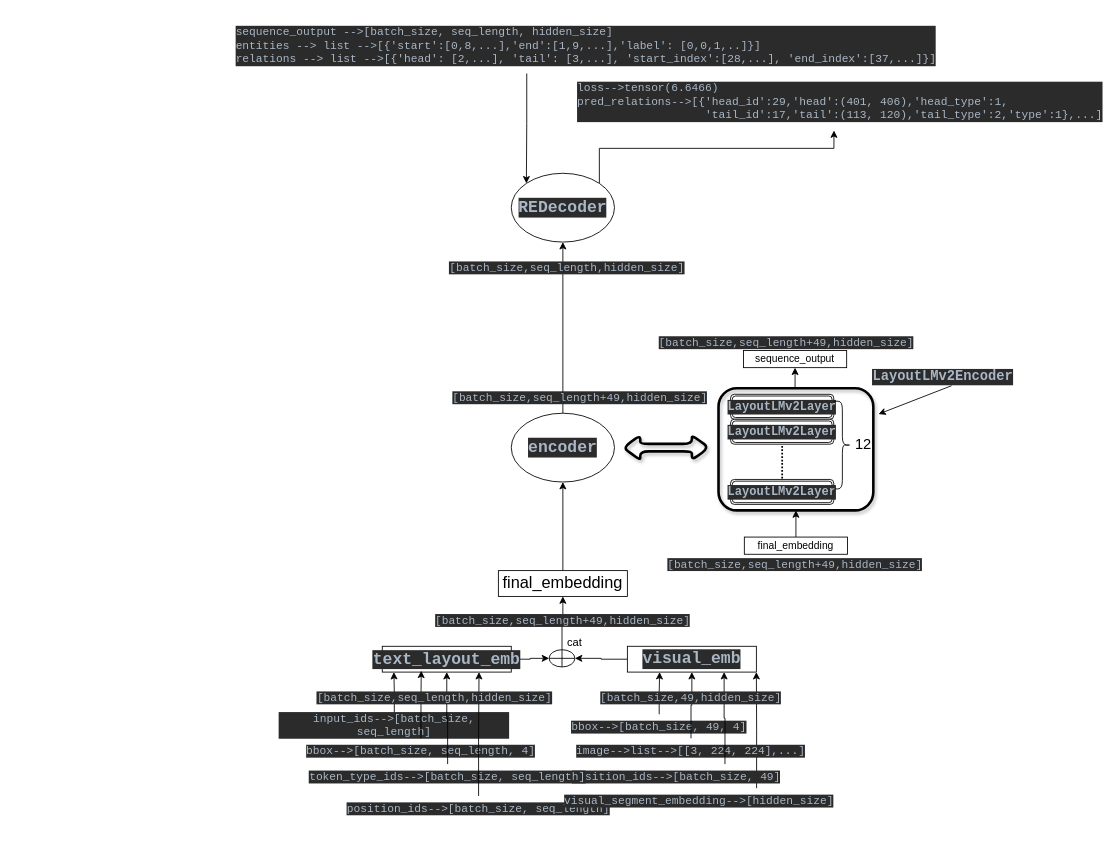
The draw.io diagram layoutxlm.drawio in ymzx/layoutxlm, before the edit. Source tidied: cells renumbered, new cells numbered last; positions are measured from the earlier drawing's top-left corner, leaving out a move shared by most shapes. Both pictures are drawn from the tidied source at 86%, with x=0, y=0 at pixel (234, 18).
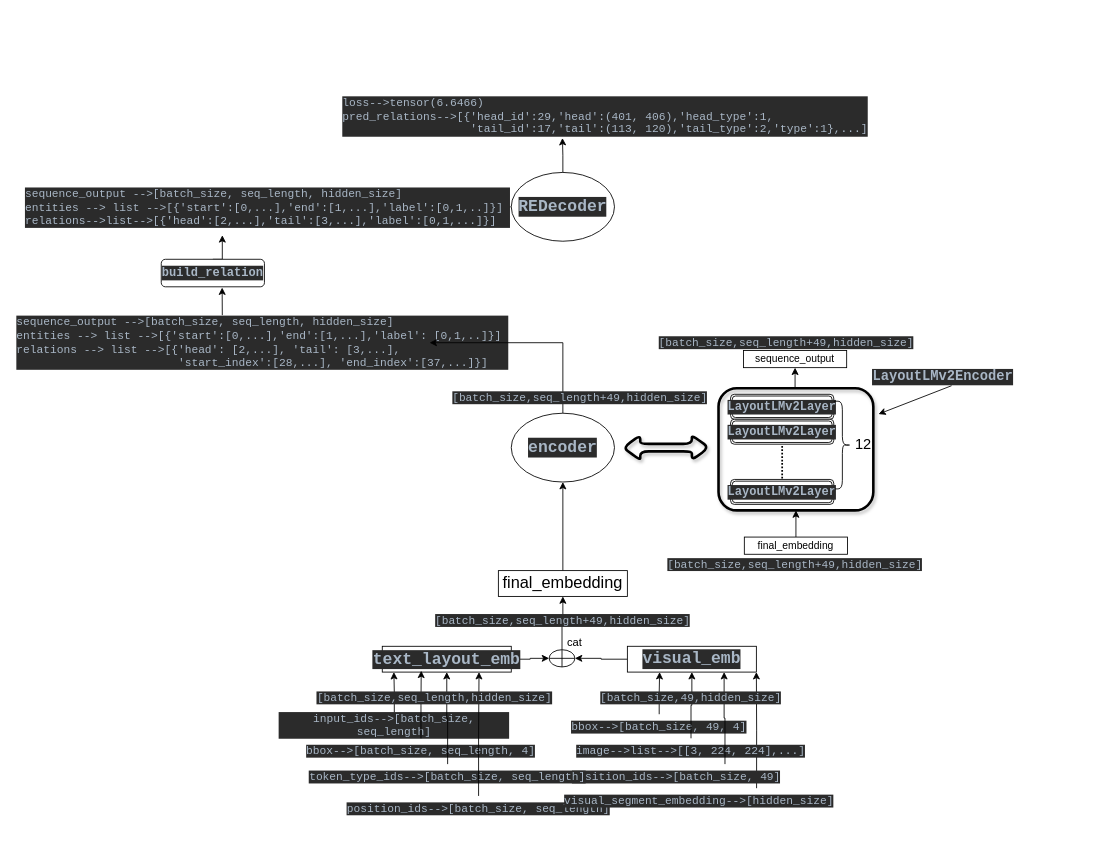
After the change.

Unchanged cells that the change refers to:
```xml
<mxCell id="12" value="&lt;pre style=&quot;background-color: rgb(43 , 43 , 43) ; color: rgb(169 , 183 , 198) ; font-family: &amp;#34;jetbrains mono&amp;#34; , monospace&quot;&gt;&lt;b&gt;&lt;font style=&quot;font-size: 19px&quot;&gt;encoder&lt;/font&gt;&lt;/b&gt;&lt;/pre&gt;" style="ellipse;whiteSpace=wrap;html=1;fontSize=19;" parent="1" vertex="1">
  <mxGeometry x="322" y="459" width="120" height="80" as="geometry" />
</mxCell>
```

The edit, as a diff of the source:
```diff
@@
-    <mxCell id="6" style="edgeStyle=orthogonalEdgeStyle;rounded=0;jettySize=auto;html=1;exitX=1;exitY=0;exitDx=0;exitDy=0;entryX=0.583;entryY=1.164;entryDx=0;entryDy=0;entryPerimeter=0;fontSize=19;" parent="1" edge="1" source="7" target="10">
+    <mxCell id="6" style="edgeStyle=orthogonalEdgeStyle;rounded=0;jettySize=auto;html=1;exitX=0.5;exitY=0;exitDx=0;exitDy=0;entryX=0.5;entryY=1;entryDx=0;entryDy=0;fontSize=14;" parent="1" edge="1" source="7" target="10">
       <mxGeometry relative="1" as="geometry" />
     </mxCell>
     <mxCell id="7" value="&lt;pre style=&quot;background-color: rgb(43 , 43 , 43) ; color: rgb(169 , 183 , 198) ; font-family: &amp;#34;jetbrains mono&amp;#34; , monospace&quot;&gt;&lt;font style=&quot;font-size: 19px&quot;&gt;&lt;b&gt;REDecoder&lt;/b&gt;&lt;/font&gt;&lt;/pre&gt;" style="ellipse;whiteSpace=wrap;html=1;" parent="1" vertex="1">
-      <mxGeometry x="322" y="180" width="120" height="80" as="geometry" />
+      <mxGeometry x="322" y="179" width="120" height="80" as="geometry" />
     </mxCell>
-    <mxCell id="8" style="edgeStyle=orthogonalEdgeStyle;rounded=0;jettySize=auto;html=1;exitX=0.5;exitY=1;exitDx=0;exitDy=0;entryX=0;entryY=0;entryDx=0;entryDy=0;fontSize=19;" parent="1" edge="1" source="9" target="7">
-      <mxGeometry relative="1" as="geometry" />
-    </mxCell>
+    <mxCell id="56" style="edgeStyle=orthogonalEdgeStyle;rounded=0;jettySize=auto;html=1;exitX=0.5;exitY=0;exitDx=0;exitDy=0;entryX=0.59;entryY=1.028;entryDx=0;entryDy=0;entryPerimeter=0;fontSize=14;" parent="1" edge="1" source="9" target="59">
+      <mxGeometry relative="1" as="geometry" />
+    </mxCell>
-    <mxCell id="9" value="&lt;pre style=&quot;background-color: #2b2b2b ; color: #a9b7c6 ; font-family: &amp;#34;jetbrains mono&amp;#34; , monospace ; font-size: 9.8pt&quot;&gt;sequence_output --&amp;gt;[batch_size, seq_length, hidden_size]&lt;br&gt;entities --&amp;gt; list --&amp;gt;[{'start':[0,8,...],'end':[1,9,...],'label': [0,0,1,..]}] &lt;br&gt;relations --&amp;gt; list --&amp;gt;[{'head': [2,...], 'tail': [3,...], 'start_index':[28,...], 'end_index':[37,...]}]&lt;/pre&gt;" style="text;html=1;strokeColor=none;fillColor=none;align=left;verticalAlign=middle;whiteSpace=wrap;rounded=0;fontSize=19;horizontal=1;" parent="1" vertex="1">
-      <mxGeometry width="680" height="64" as="geometry" />
+    <mxCell id="9" value="&lt;pre style=&quot;background-color: #2b2b2b ; color: #a9b7c6 ; font-family: &amp;#34;jetbrains mono&amp;#34; , monospace ; font-size: 9.8pt&quot;&gt;sequence_output --&amp;gt;[batch_size, seq_length, hidden_size]&lt;br&gt;entities --&amp;gt; list --&amp;gt;[{'start':[0,...],'end':[1,...],'label': [0,1,..]}] &lt;br&gt;relations --&amp;gt; list --&amp;gt;[{'head': [2,...], 'tail': [3,...],&lt;br&gt;                        'start_index':[28,...], 'end_index':[37,...]}]&lt;br&gt;&lt;/pre&gt;" style="text;html=1;strokeColor=none;fillColor=none;align=left;verticalAlign=middle;whiteSpace=wrap;rounded=0;fontSize=19;horizontal=1;" parent="1" vertex="1">
+      <mxGeometry x="-255" y="345" width="482" height="64" as="geometry" />
     </mxCell>
     <mxCell id="10" value="&lt;pre style=&quot;background-color: #2b2b2b ; color: #a9b7c6 ; font-family: &amp;#34;jetbrains mono&amp;#34; , monospace ; font-size: 9.8pt&quot;&gt;&lt;pre style=&quot;font-family: &amp;#34;jetbrains mono&amp;#34; , monospace ; font-size: 9.8pt&quot;&gt;loss--&amp;gt;tensor(6.6466)&lt;br&gt;pred_relations--&amp;gt;[{'head_id':29,'head':(401, 406),'head_type':1,&lt;br&gt;                   'tail_id':17,'tail':(113, 120),'tail_type':2,'type':1},...]&lt;br&gt;&lt;/pre&gt;&lt;/pre&gt;" style="text;html=1;strokeColor=none;fillColor=none;align=left;verticalAlign=middle;whiteSpace=wrap;rounded=0;fontSize=19;horizontal=1;" parent="1" vertex="1">
-      <mxGeometry x="397" y="72" width="515" height="50" as="geometry" />
+      <mxGeometry x="124" y="89" width="515" height="50" as="geometry" />
     </mxCell>
-    <mxCell id="11" style="edgeStyle=orthogonalEdgeStyle;rounded=0;jettySize=auto;html=1;exitX=0.5;exitY=0;exitDx=0;exitDy=0;entryX=0.5;entryY=1;entryDx=0;entryDy=0;fontSize=17;" parent="1" edge="1" source="12" target="7">
-      <mxGeometry relative="1" as="geometry" />
-    </mxCell>
+    <mxCell id="57" style="edgeStyle=orthogonalEdgeStyle;rounded=0;jettySize=auto;html=1;exitX=0.5;exitY=0;exitDx=0;exitDy=0;entryX=1;entryY=0.5;entryDx=0;entryDy=0;fontSize=14;" parent="1" edge="1" source="12" target="9">
+      <mxGeometry relative="1" as="geometry" />
+    </mxCell>
@@
-    <mxCell id="55" value="&lt;span style=&quot;color: rgb(169 , 183 , 198) ; font-family: &amp;#34;jetbrains mono&amp;#34; , monospace ; background-color: rgb(43 , 43 , 43)&quot;&gt;[batch_size,seq_length,hidden_size]&lt;/span&gt;" style="text;html=1;strokeColor=none;fillColor=none;align=center;verticalAlign=middle;whiteSpace=wrap;rounded=0;fontSize=13;" parent="1" vertex="1">
-      <mxGeometry x="267" y="280" width="240" height="20" as="geometry" />
-    </mxCell>
+    <mxCell id="58" style="edgeStyle=orthogonalEdgeStyle;rounded=0;jettySize=auto;html=1;exitX=0.5;exitY=0;exitDx=0;exitDy=0;entryX=0.5;entryY=1;entryDx=0;entryDy=0;fontSize=14;" parent="1" edge="1" source="59" target="61">
+      <mxGeometry relative="1" as="geometry" />
+    </mxCell>
+    <mxCell id="59" value="&lt;pre style=&quot;background-color: rgb(43 , 43 , 43) ; color: rgb(169 , 183 , 198) ; font-family: &amp;#34;jetbrains mono&amp;#34; , monospace&quot;&gt;&lt;b&gt;&lt;font style=&quot;font-size: 14px&quot;&gt;build_relation&lt;/font&gt;&lt;/b&gt;&lt;/pre&gt;" style="rounded=1;whiteSpace=wrap;html=1;" parent="1" vertex="1">
+      <mxGeometry x="-85" y="280" width="120" height="32" as="geometry" />
+    </mxCell>
+    <mxCell id="60" style="edgeStyle=orthogonalEdgeStyle;rounded=0;jettySize=auto;html=1;exitX=1;exitY=0.5;exitDx=0;exitDy=0;entryX=0;entryY=0.5;entryDx=0;entryDy=0;fontSize=14;" parent="1" edge="1" source="61" target="7">
+      <mxGeometry relative="1" as="geometry" />
+    </mxCell>
+    <mxCell id="61" value="&lt;pre style=&quot;background-color: #2b2b2b ; color: #a9b7c6 ; font-family: &amp;#34;jetbrains mono&amp;#34; , monospace ; font-size: 9.8pt&quot;&gt;sequence_output --&amp;gt;[batch_size, seq_length, hidden_size]&lt;br&gt;entities --&amp;gt; list --&amp;gt;[{'start':[0,...],'end':[1,...],'label':[0,1,..]}] &lt;br&gt;relations--&amp;gt;list--&amp;gt;[{'head':[2,...],'tail':[3,...],'label':[0,1,...]}]&lt;br&gt;&lt;/pre&gt;" style="text;html=1;strokeColor=none;fillColor=none;align=left;verticalAlign=middle;whiteSpace=wrap;rounded=0;fontSize=19;horizontal=1;" parent="1" vertex="1">
+      <mxGeometry x="-245" y="188" width="462" height="64" as="geometry" />
+    </mxCell>
```
